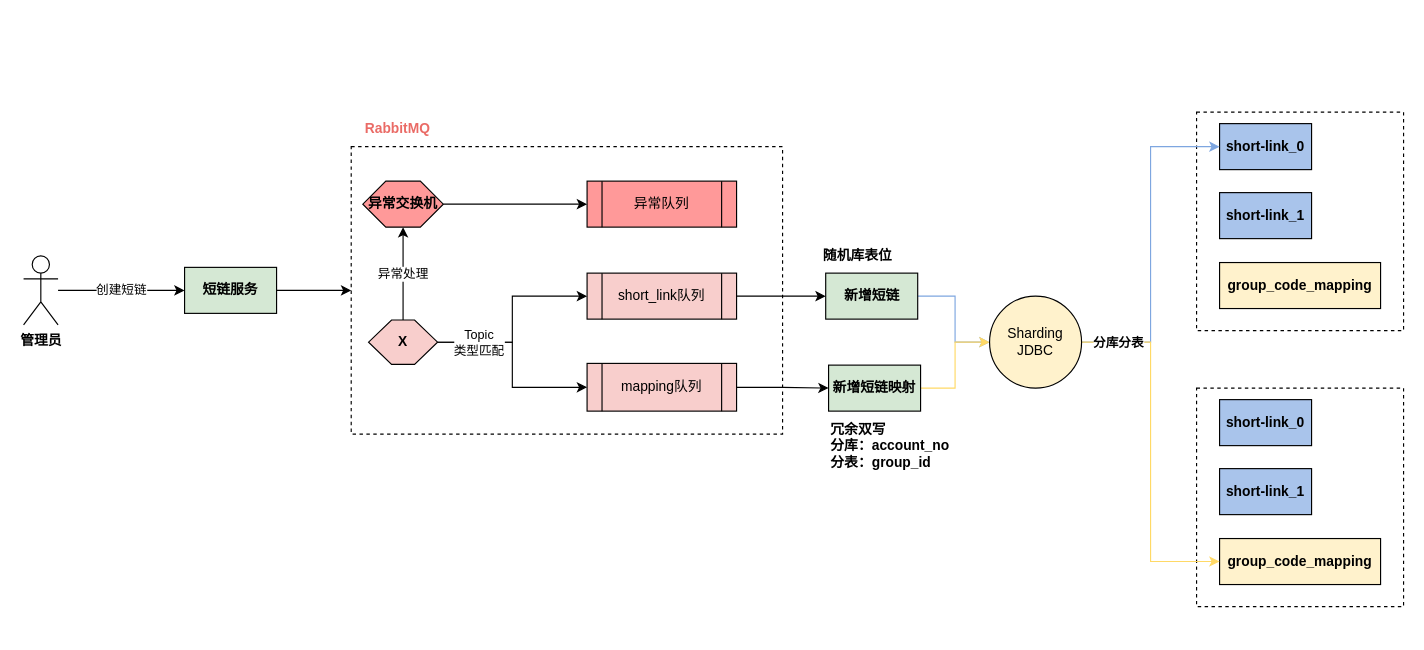
Earlier version of the draw.io diagram Draw/dcloud-link.drawio (RainbowJier/Short_Chain). Source tidied: cells renumbered, new cells numbered last; positions are measured from the earlier drawing's top-left corner, leaving out a move shared by most shapes. Both pictures are drawn from the tidied source at 115%, with x=0, y=0 at pixel (23, 112).
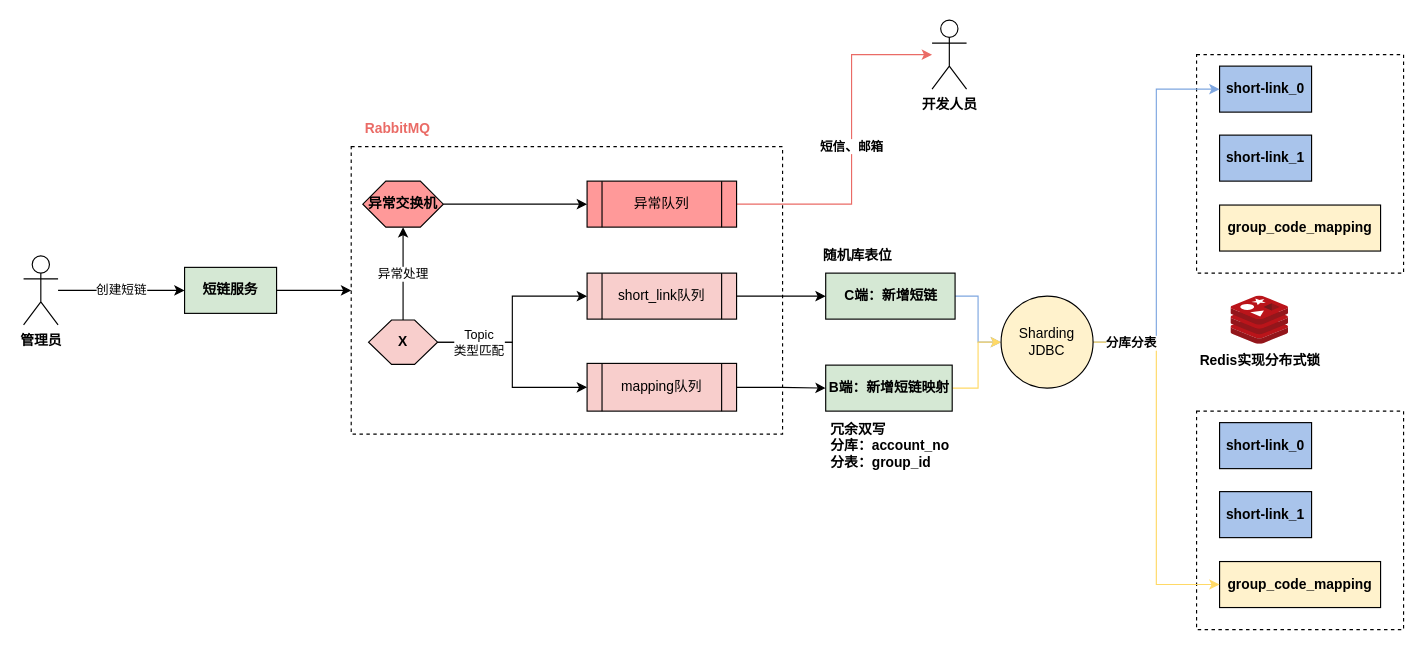
The same page after the edit.

The change refers to these unchanged cells:
```xml
<mxCell id="18" value="异常队列" style="shape=process;whiteSpace=wrap;html=1;backgroundOutline=1;fillColor=#FF9999;" parent="1" vertex="1">
  <mxGeometry x="490" y="60" width="130" height="40" as="geometry" />
</mxCell>
```

The edit, as a diff of the source:
```diff
@@
+    <mxCell id="40" value="短信、邮箱" style="edgeStyle=orthogonalEdgeStyle;rounded=0;jettySize=auto;html=1;strokeColor=#EA6B66;fontStyle=1;" parent="1" edge="1" source="18" target="41">
+      <mxGeometry relative="1" as="geometry">
+        <Array as="points">
+          <mxPoint x="720" y="80" />
+          <mxPoint x="720" y="-50" />
+        </Array>
+      </mxGeometry>
+    </mxCell>
@@
     <mxCell id="20" style="edgeStyle=orthogonalEdgeStyle;rounded=0;jettySize=auto;html=1;strokeColor=#7EA6E0;fontStyle=1;" parent="1" edge="1" source="21" target="39">
       <mxGeometry relative="1" as="geometry">
         <Array as="points">
-          <mxPoint x="810" y="160" />
-          <mxPoint x="810" y="200" />
+          <mxPoint x="830" y="160" />
+          <mxPoint x="830" y="200" />
         </Array>
       </mxGeometry>
     </mxCell>
-    <mxCell id="21" value="新增短链" style="rounded=0;whiteSpace=wrap;html=1;fillColor=#D5E8D4;fontStyle=1;" parent="1" vertex="1">
-      <mxGeometry x="697.5" y="140" width="80" height="40" as="geometry" />
+    <mxCell id="21" value="C端：新增短链" style="rounded=0;whiteSpace=wrap;html=1;fillColor=#D5E8D4;fontStyle=1;" parent="1" vertex="1">
+      <mxGeometry x="697.5" y="140" width="112.5" height="40" as="geometry" />
     </mxCell>
     <mxCell id="22" style="edgeStyle=orthogonalEdgeStyle;rounded=0;jettySize=auto;html=1;strokeColor=#FFD966;" parent="1" edge="1" source="23" target="39">
-      <mxGeometry relative="1" as="geometry" />
+      <mxGeometry relative="1" as="geometry">
+        <Array as="points">
+          <mxPoint x="830" y="240" />
+          <mxPoint x="830" y="200" />
+        </Array>
+      </mxGeometry>
     </mxCell>
-    <mxCell id="23" value="新增短链映射" style="rounded=0;whiteSpace=wrap;html=1;fillColor=#D5E8D4;fontStyle=1;" parent="1" vertex="1">
-      <mxGeometry x="700" y="220" width="80" height="40" as="geometry" />
+    <mxCell id="23" value="B端：新增短链映射" style="rounded=0;whiteSpace=wrap;html=1;fillColor=#D5E8D4;fontStyle=1;" parent="1" vertex="1">
+      <mxGeometry x="697.5" y="220" width="110" height="40" as="geometry" />
     </mxCell>
@@
     <mxCell id="26" style="group;" parent="1" vertex="1">
-      <mxGeometry x="1020" width="180" height="190" as="geometry" />
+      <mxGeometry x="1020" y="-50" width="180" height="190" as="geometry" />
     </mxCell>
@@
     <mxCell id="31" style="group;" parent="1" vertex="1">
-      <mxGeometry x="1020" y="240" width="180" height="190" as="geometry" />
+      <mxGeometry x="1020" y="260" width="180" height="190" as="geometry" />
     </mxCell>
@@
     <mxCell id="39" value="Sharding JDBC" style="ellipse;whiteSpace=wrap;html=1;fillColor=#FFF2CC;" parent="1" vertex="1">
-      <mxGeometry x="840" y="160" width="80" height="80" as="geometry" />
+      <mxGeometry x="850" y="160" width="80" height="80" as="geometry" />
     </mxCell>
+    <mxCell id="41" value="开发人员" style="shape=umlActor;verticalLabelPosition=bottom;verticalAlign=top;html=1;outlineConnect=0;fontStyle=1;" parent="1" vertex="1">
+      <mxGeometry x="790" y="-80" width="30" height="60" as="geometry" />
+    </mxCell>
+    <mxCell id="42" value="Redis实现分布式锁" style="image;sketch=0;html=1;align=center;fontSize=12;image=img/lib/mscae/Cache_Redis_Product.svg;fontStyle=1;" parent="1" vertex="1">
+      <mxGeometry x="1050" y="160" width="50" height="42" as="geometry" />
+    </mxCell>
```
